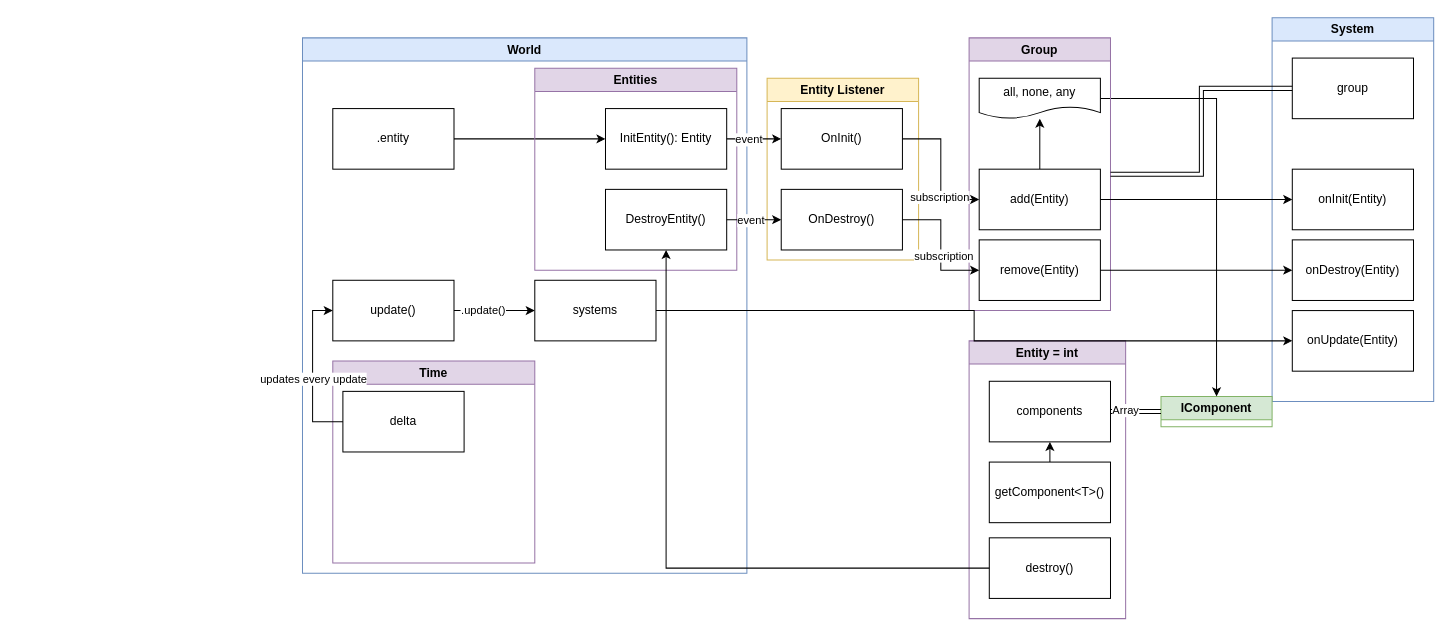
This is architecture.drawio from LargonG/kote-engine, a draw.io file, before an edit. Source tidied: cells renumbered, new cells numbered last; positions are measured from the earlier drawing's top-left corner, leaving out a move shared by most shapes. Both pictures are drawn from the tidied source at 101%, with x=0, y=0 at pixel (302, 17).
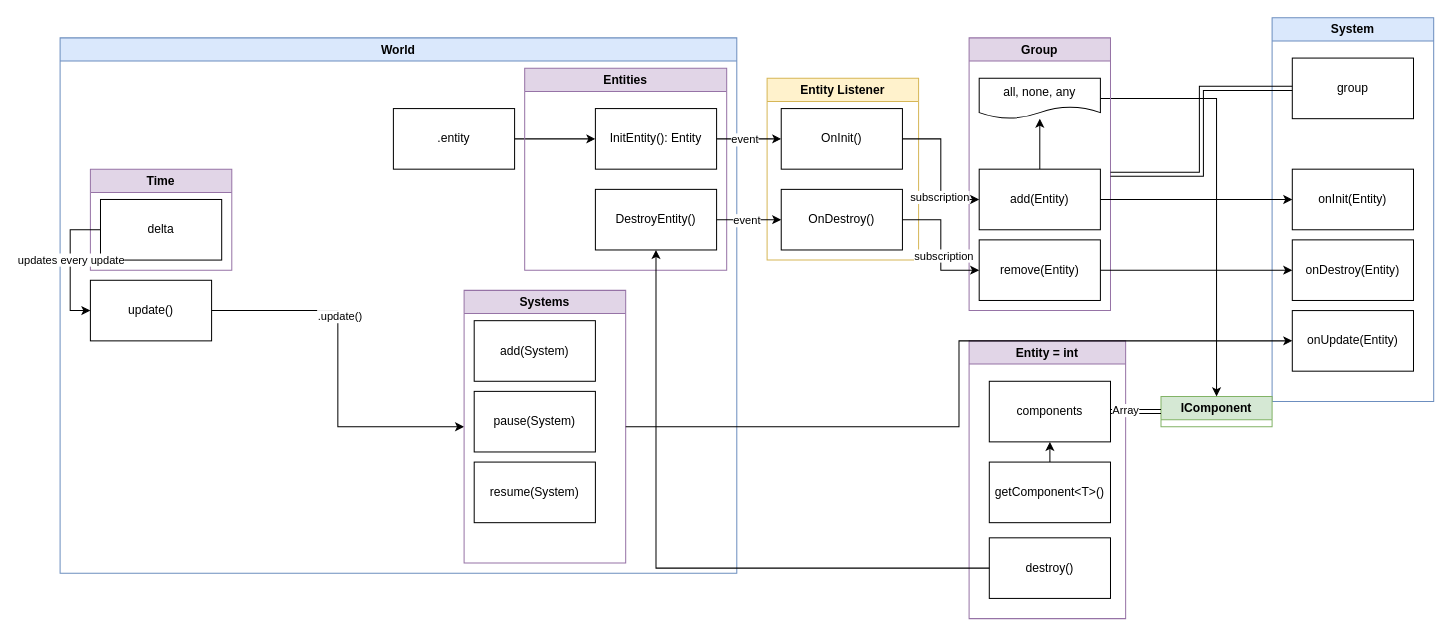
The same page after the edit.

Unchanged cells that the change refers to:
```xml
<mxCell id="13" value="update()" style="whiteSpace=wrap;html=1;" parent="5" vertex="1">
  <mxGeometry x="30" y="240" width="120" height="60" as="geometry" />
</mxCell>
<mxCell id="26" value="onUpdate(Entity)" style="whiteSpace=wrap;html=1;" parent="23" vertex="1">
  <mxGeometry x="20" y="290" width="120" height="60" as="geometry" />
</mxCell>
```

Diff of the diagram source:
```diff
@@
     <mxCell id="5" value="World" style="swimlane;whiteSpace=wrap;html=1;fillColor=#dae8fc;strokeColor=#6c8ebf;" parent="1" vertex="1">
-      <mxGeometry y="20" width="440" height="530" as="geometry" />
+      <mxGeometry x="-240" y="20" width="670" height="530" as="geometry" />
     </mxCell>
@@
     <mxCell id="7" value=".entity" style="whiteSpace=wrap;html=1;" parent="5" vertex="1">
-      <mxGeometry x="30" y="70" width="120" height="60" as="geometry" />
+      <mxGeometry x="330" y="70" width="120" height="60" as="geometry" />
     </mxCell>
     <mxCell id="8" value="Entities" style="swimlane;whiteSpace=wrap;html=1;startSize=23;fillColor=#e1d5e7;strokeColor=#9673a6;" parent="5" vertex="1">
-      <mxGeometry x="230" y="30" width="200" height="200" as="geometry" />
+      <mxGeometry x="460" y="30" width="200" height="200" as="geometry" />
     </mxCell>
@@
-    <mxCell id="11" style="edgeStyle=orthogonalEdgeStyle;rounded=0;jettySize=auto;html=1;" parent="5" edge="1" source="13" target="14">
+    <mxCell id="11" style="edgeStyle=orthogonalEdgeStyle;rounded=0;jettySize=auto;html=1;entryX=0;entryY=0.5;entryDx=0;entryDy=0;" parent="5" edge="1" source="13" target="51">
       <mxGeometry relative="1" as="geometry" />
     </mxCell>
@@
-    <mxCell id="14" value="systems" style="whiteSpace=wrap;html=1;" parent="5" vertex="1">
-      <mxGeometry x="230" y="240" width="120" height="60" as="geometry" />
-    </mxCell>
     <mxCell id="15" value="Time" style="swimlane;whiteSpace=wrap;html=1;fillColor=#e1d5e7;strokeColor=#9673a6;" parent="5" vertex="1">
-      <mxGeometry x="30" y="320" width="200" height="200" as="geometry" />
+      <mxGeometry x="30" y="130" width="140" height="100" as="geometry" />
     </mxCell>
@@
+    <mxCell id="51" value="Systems" style="swimlane;whiteSpace=wrap;html=1;fillColor=#e1d5e7;strokeColor=#9673a6;" parent="5" vertex="1">
+      <mxGeometry x="400" y="250" width="160" height="270" as="geometry" />
+    </mxCell>
+    <mxCell id="52" value="add(System)" style="rounded=0;whiteSpace=wrap;html=1;" parent="51" vertex="1">
+      <mxGeometry x="10" y="30" width="120" height="60" as="geometry" />
+    </mxCell>
+    <mxCell id="53" value="pause(System)" style="whiteSpace=wrap;html=1;" parent="51" vertex="1">
+      <mxGeometry x="10" y="100" width="120" height="60" as="geometry" />
+    </mxCell>
+    <mxCell id="54" value="resume(System)" style="whiteSpace=wrap;html=1;" parent="51" vertex="1">
+      <mxGeometry x="10" y="170" width="120" height="60" as="geometry" />
+    </mxCell>
@@
-    <mxCell id="48" style="edgeStyle=orthogonalEdgeStyle;rounded=0;jettySize=auto;html=1;entryX=0;entryY=0.5;entryDx=0;entryDy=0;" parent="1" edge="1" source="14" target="26">
+    <mxCell id="48" style="edgeStyle=orthogonalEdgeStyle;rounded=0;jettySize=auto;html=1;entryX=0;entryY=0.5;entryDx=0;entryDy=0;exitX=1;exitY=0.5;exitDx=0;exitDy=0;" parent="1" edge="1" source="51" target="26">
       <mxGeometry relative="1" as="geometry" />
     </mxCell>
```
